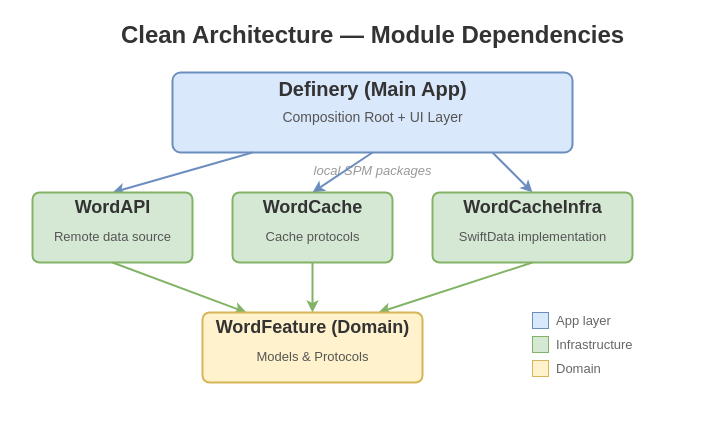
Before: docs/images/clean-architecture.drawio in anthony1810/Definery, a draw.io diagram. Source tidied: cells renumbered, new cells numbered last; positions are measured from the earlier drawing's top-left corner, leaving out a move shared by most shapes. Both pictures are drawn from the tidied source at 100%, with x=0, y=0 at pixel (32, 17).
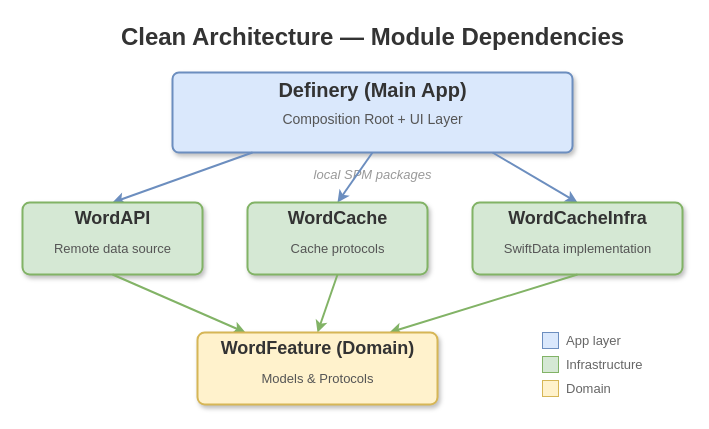
The same page after the edit.

Commit message (it also covers changes not shown here):
Improve diagram layouts — fix overlapping labels and spacing

What changed in the source:
```diff
@@
-    <mxCell id="2" value="Clean Architecture — Module Dependencies" style="text;html=1;fontSize=24;fontStyle=1;align=center;verticalAlign=middle;fillColor=none;strokeColor=none;fontColor=#333333;" parent="1" vertex="1">
-      <mxGeometry x="20" width="640" height="36" as="geometry" />
+    <mxCell id="2" value="&lt;b&gt;Clean Architecture — Module Dependencies&lt;/b&gt;" style="text;html=1;fontSize=24;align=center;verticalAlign=middle;fillColor=none;strokeColor=none;fontColor=#333333;" parent="1" vertex="1">
+      <mxGeometry x="40" width="600" height="40" as="geometry" />
     </mxCell>
-    <mxCell id="3" style="rounded=1;whiteSpace=wrap;html=1;fillColor=#dae8fc;strokeColor=#6c8ebf;strokeWidth=2;arcSize=10;" parent="1" vertex="1">
+    <mxCell id="3" style="rounded=1;whiteSpace=wrap;html=1;fillColor=#dae8fc;strokeColor=#6c8ebf;strokeWidth=2;arcSize=8;shadow=1;" parent="1" vertex="1">
       <mxGeometry x="140" y="55" width="400" height="80" as="geometry" />
     </mxCell>
-    <mxCell id="4" value="Definery (Main App)" style="text;html=1;fontSize=20;fontStyle=1;align=center;verticalAlign=middle;fillColor=none;strokeColor=none;fontColor=#333333;" parent="1" vertex="1">
-      <mxGeometry x="220" y="57" width="240" height="28" as="geometry" />
+    <mxCell id="4" value="&lt;b&gt;Definery (Main App)&lt;/b&gt;" style="text;html=1;fontSize=20;align=center;verticalAlign=middle;fillColor=none;strokeColor=none;fontColor=#333333;" parent="1" vertex="1">
+      <mxGeometry x="210" y="57" width="260" height="30" as="geometry" />
     </mxCell>
     <mxCell id="5" value="Composition Root + UI Layer" style="text;html=1;fontSize=14;align=center;verticalAlign=top;fillColor=none;strokeColor=none;fontColor=#555555;" parent="1" vertex="1">
-      <mxGeometry x="220" y="85" width="240" height="30" as="geometry" />
+      <mxGeometry x="230" y="87" width="220" height="28" as="geometry" />
     </mxCell>
-    <mxCell id="6" value="local SPM packages" style="text;html=1;fontSize=13;fontStyle=2;align=center;verticalAlign=middle;fillColor=none;strokeColor=none;fontColor=#999999;" parent="1" vertex="1">
-      <mxGeometry x="270" y="143" width="140" height="20" as="geometry" />
+    <mxCell id="6" value="&lt;i&gt;local SPM packages&lt;/i&gt;" style="text;html=1;fontSize=13;align=center;verticalAlign=middle;fillColor=none;strokeColor=none;fontColor=#999999;" parent="1" vertex="1">
+      <mxGeometry x="260" y="147" width="160" height="20" as="geometry" />
     </mxCell>
@@
-    <mxCell id="10" style="rounded=1;whiteSpace=wrap;html=1;fillColor=#d5e8d4;strokeColor=#82b366;strokeWidth=2;arcSize=10;" parent="1" vertex="1">
-      <mxGeometry y="175" width="160" height="70" as="geometry" />
+    <mxCell id="10" style="rounded=1;whiteSpace=wrap;html=1;fillColor=#d5e8d4;strokeColor=#82b366;strokeWidth=2;arcSize=10;shadow=1;" parent="1" vertex="1">
+      <mxGeometry x="-10" y="185" width="180" height="72" as="geometry" />
     </mxCell>
-    <mxCell id="11" value="WordAPI" style="text;html=1;fontSize=18;fontStyle=1;align=center;verticalAlign=middle;fillColor=none;strokeColor=none;fontColor=#333333;" parent="1" vertex="1">
-      <mxGeometry x="20" y="177" width="120" height="26" as="geometry" />
+    <mxCell id="11" value="&lt;b&gt;WordAPI&lt;/b&gt;" style="text;html=1;fontSize=18;align=center;verticalAlign=middle;fillColor=none;strokeColor=none;fontColor=#333333;" parent="1" vertex="1">
+      <mxGeometry x="10" y="187" width="140" height="28" as="geometry" />
     </mxCell>
     <mxCell id="12" value="Remote data source" style="text;html=1;fontSize=13;align=center;verticalAlign=top;fillColor=none;strokeColor=none;fontColor=#555555;" parent="1" vertex="1">
-      <mxGeometry x="10" y="205" width="140" height="24" as="geometry" />
+      <mxGeometry x="5" y="217" width="150" height="24" as="geometry" />
     </mxCell>
-    <mxCell id="13" style="rounded=1;whiteSpace=wrap;html=1;fillColor=#d5e8d4;strokeColor=#82b366;strokeWidth=2;arcSize=10;" parent="1" vertex="1">
-      <mxGeometry x="200" y="175" width="160" height="70" as="geometry" />
+    <mxCell id="13" style="rounded=1;whiteSpace=wrap;html=1;fillColor=#d5e8d4;strokeColor=#82b366;strokeWidth=2;arcSize=10;shadow=1;" parent="1" vertex="1">
+      <mxGeometry x="215" y="185" width="180" height="72" as="geometry" />
     </mxCell>
-    <mxCell id="14" value="WordCache" style="text;html=1;fontSize=18;fontStyle=1;align=center;verticalAlign=middle;fillColor=none;strokeColor=none;fontColor=#333333;" parent="1" vertex="1">
-      <mxGeometry x="215" y="177" width="130" height="26" as="geometry" />
+    <mxCell id="14" value="&lt;b&gt;WordCache&lt;/b&gt;" style="text;html=1;fontSize=18;align=center;verticalAlign=middle;fillColor=none;strokeColor=none;fontColor=#333333;" parent="1" vertex="1">
+      <mxGeometry x="235" y="187" width="140" height="28" as="geometry" />
     </mxCell>
     <mxCell id="15" value="Cache protocols" style="text;html=1;fontSize=13;align=center;verticalAlign=top;fillColor=none;strokeColor=none;fontColor=#555555;" parent="1" vertex="1">
-      <mxGeometry x="215" y="205" width="130" height="24" as="geometry" />
+      <mxGeometry x="235" y="217" width="140" height="24" as="geometry" />
     </mxCell>
-    <mxCell id="16" style="rounded=1;whiteSpace=wrap;html=1;fillColor=#d5e8d4;strokeColor=#82b366;strokeWidth=2;arcSize=10;" parent="1" vertex="1">
-      <mxGeometry x="400" y="175" width="200" height="70" as="geometry" />
+    <mxCell id="16" style="rounded=1;whiteSpace=wrap;html=1;fillColor=#d5e8d4;strokeColor=#82b366;strokeWidth=2;arcSize=10;shadow=1;" parent="1" vertex="1">
+      <mxGeometry x="440" y="185" width="210" height="72" as="geometry" />
     </mxCell>
-    <mxCell id="17" value="WordCacheInfra" style="text;html=1;fontSize=18;fontStyle=1;align=center;verticalAlign=middle;fillColor=none;strokeColor=none;fontColor=#333333;" parent="1" vertex="1">
-      <mxGeometry x="420" y="177" width="160" height="26" as="geometry" />
+    <mxCell id="17" value="&lt;b&gt;WordCacheInfra&lt;/b&gt;" style="text;html=1;fontSize=18;align=center;verticalAlign=middle;fillColor=none;strokeColor=none;fontColor=#333333;" parent="1" vertex="1">
+      <mxGeometry x="460" y="187" width="170" height="28" as="geometry" />
     </mxCell>
     <mxCell id="18" value="SwiftData implementation" style="text;html=1;fontSize=13;align=center;verticalAlign=top;fillColor=none;strokeColor=none;fontColor=#555555;" parent="1" vertex="1">
-      <mxGeometry x="415" y="205" width="170" height="24" as="geometry" />
+      <mxGeometry x="455" y="217" width="180" height="24" as="geometry" />
     </mxCell>
@@
-    <mxCell id="22" style="rounded=1;whiteSpace=wrap;html=1;fillColor=#fff2cc;strokeColor=#d6b656;strokeWidth=2;arcSize=10;" parent="1" vertex="1">
-      <mxGeometry x="170" y="295" width="220" height="70" as="geometry" />
+    <mxCell id="22" style="rounded=1;whiteSpace=wrap;html=1;fillColor=#fff2cc;strokeColor=#d6b656;strokeWidth=2;arcSize=10;shadow=1;" parent="1" vertex="1">
+      <mxGeometry x="165" y="315" width="240" height="72" as="geometry" />
     </mxCell>
-    <mxCell id="23" value="WordFeature (Domain)" style="text;html=1;fontSize=18;fontStyle=1;align=center;verticalAlign=middle;fillColor=none;strokeColor=none;fontColor=#333333;" parent="1" vertex="1">
-      <mxGeometry x="185" y="297" width="190" height="26" as="geometry" />
+    <mxCell id="23" value="&lt;b&gt;WordFeature (Domain)&lt;/b&gt;" style="text;html=1;fontSize=18;align=center;verticalAlign=middle;fillColor=none;strokeColor=none;fontColor=#333333;" parent="1" vertex="1">
+      <mxGeometry x="190" y="317" width="190" height="28" as="geometry" />
     </mxCell>
     <mxCell id="24" value="Models &amp; Protocols" style="text;html=1;fontSize=13;align=center;verticalAlign=top;fillColor=none;strokeColor=none;fontColor=#555555;" parent="1" vertex="1">
-      <mxGeometry x="210" y="325" width="140" height="24" as="geometry" />
+      <mxGeometry x="215" y="347" width="140" height="24" as="geometry" />
     </mxCell>
     <mxCell id="25" style="rounded=0;whiteSpace=wrap;html=1;fillColor=#dae8fc;strokeColor=#6c8ebf;strokeWidth=1;" parent="1" vertex="1">
-      <mxGeometry x="500" y="295" width="16" height="16" as="geometry" />
+      <mxGeometry x="510" y="315" width="16" height="16" as="geometry" />
     </mxCell>
     <mxCell id="26" value="App layer" style="text;html=1;fontSize=13;align=left;verticalAlign=middle;fillColor=none;strokeColor=none;fontColor=#666666;" parent="1" vertex="1">
-      <mxGeometry x="522" y="291" width="80" height="24" as="geometry" />
+      <mxGeometry x="532" y="311" width="80" height="24" as="geometry" />
     </mxCell>
     <mxCell id="27" style="rounded=0;whiteSpace=wrap;html=1;fillColor=#d5e8d4;strokeColor=#82b366;strokeWidth=1;" parent="1" vertex="1">
-      <mxGeometry x="500" y="319" width="16" height="16" as="geometry" />
+      <mxGeometry x="510" y="339" width="16" height="16" as="geometry" />
     </mxCell>
     <mxCell id="28" value="Infrastructure" style="text;html=1;fontSize=13;align=left;verticalAlign=middle;fillColor=none;strokeColor=none;fontColor=#666666;" parent="1" vertex="1">
-      <mxGeometry x="522" y="315" width="80" height="24" as="geometry" />
+      <mxGeometry x="532" y="335" width="100" height="24" as="geometry" />
     </mxCell>
     <mxCell id="29" style="rounded=0;whiteSpace=wrap;html=1;fillColor=#fff2cc;strokeColor=#d6b656;strokeWidth=1;" parent="1" vertex="1">
-      <mxGeometry x="500" y="343" width="16" height="16" as="geometry" />
+      <mxGeometry x="510" y="363" width="16" height="16" as="geometry" />
     </mxCell>
     <mxCell id="30" value="Domain" style="text;html=1;fontSize=13;align=left;verticalAlign=middle;fillColor=none;strokeColor=none;fontColor=#666666;" parent="1" vertex="1">
-      <mxGeometry x="522" y="339" width="80" height="24" as="geometry" />
+      <mxGeometry x="532" y="359" width="80" height="24" as="geometry" />
     </mxCell>
```
